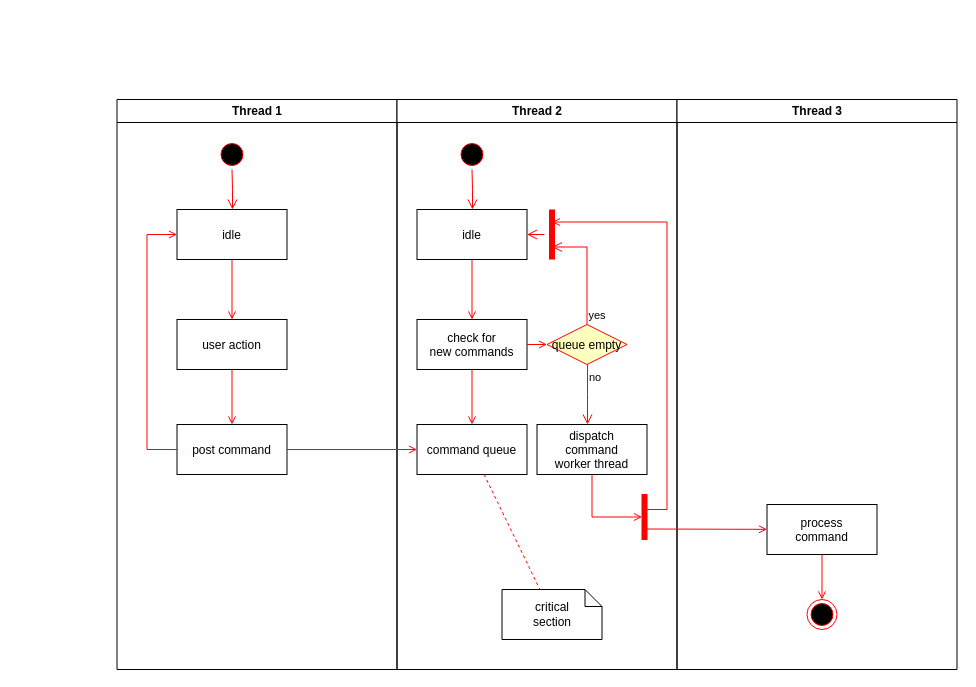
KioaStudios/plugins keeps this draw.io diagram as Untitled Diagram.drawio. Above is the earlier version. Source tidied: cells renumbered, new cells numbered last; positions are measured from the earlier drawing's top-left corner, leaving out a move shared by most shapes. Both pictures are drawn from the tidied source at 100%, with x=0, y=0 at pixel (116, 99).
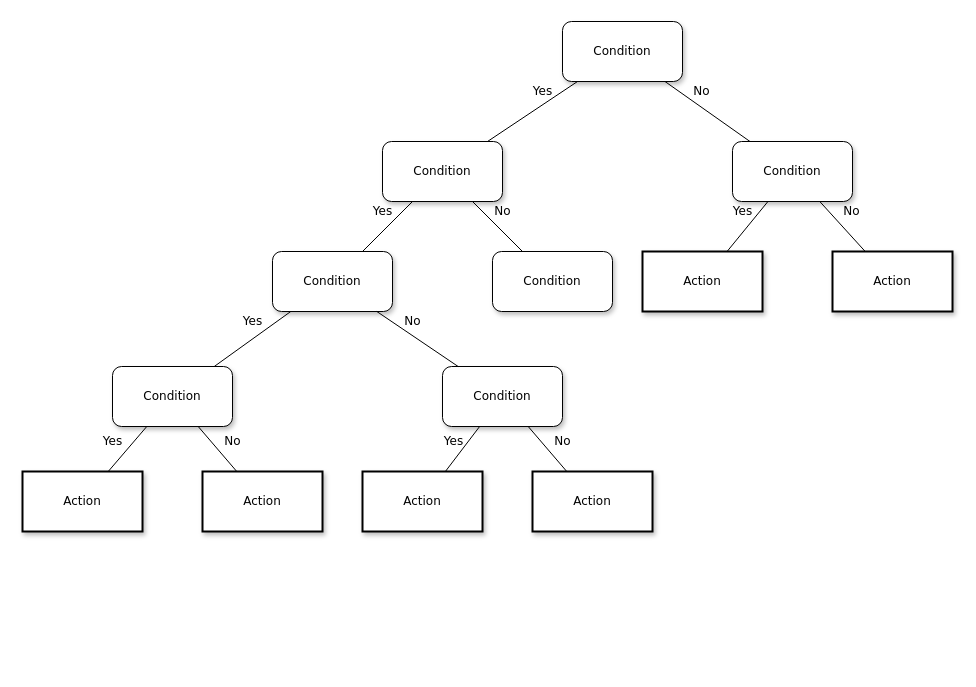
After the change.

The edit, as a diff of the source:
```diff
@@
-    <mxCell id="2" value="Thread 1" style="swimlane;whiteSpace=wrap;" parent="1" vertex="1">
-      <mxGeometry x="0.5" width="280" height="570" as="geometry" />
-    </mxCell>
-    <mxCell id="3" style="ellipse;shape=startState;fillColor=#000000;strokeColor=#ff0000;" parent="2" vertex="1">
-      <mxGeometry x="100" y="40" width="30" height="30" as="geometry" />
-    </mxCell>
-    <mxCell id="4" style="edgeStyle=elbowEdgeStyle;elbow=horizontal;verticalAlign=bottom;endArrow=open;endSize=8;strokeColor=#FF0000;endFill=1;rounded=0;" parent="2" edge="1" source="3" target="5">
-      <mxGeometry x="100" y="40" as="geometry" />
-    </mxCell>
-    <mxCell id="5" value="idle" parent="2" vertex="1">
-      <mxGeometry x="60" y="110" width="110" height="50" as="geometry" />
-    </mxCell>
-    <mxCell id="6" value="user action" parent="2" vertex="1">
-      <mxGeometry x="60" y="220" width="110" height="50" as="geometry" />
-    </mxCell>
-    <mxCell id="7" style="endArrow=open;strokeColor=#FF0000;endFill=1;rounded=0;" parent="2" edge="1" source="5" target="6">
-      <mxGeometry relative="1" as="geometry" />
-    </mxCell>
-    <mxCell id="8" value="post command" parent="2" vertex="1">
-      <mxGeometry x="60" y="325" width="110" height="50" as="geometry" />
-    </mxCell>
-    <mxCell id="9" style="endArrow=open;strokeColor=#FF0000;endFill=1;rounded=0;" parent="2" edge="1" source="6" target="8">
-      <mxGeometry relative="1" as="geometry" />
-    </mxCell>
-    <mxCell id="10" style="edgeStyle=elbowEdgeStyle;elbow=horizontal;strokeColor=#FF0000;endArrow=open;endFill=1;rounded=0;" parent="2" edge="1" source="8" target="5">
-      <mxGeometry relative="1" as="geometry">
-        <Array as="points">
-          <mxPoint x="30" y="250" />
-        </Array>
-      </mxGeometry>
-    </mxCell>
-    <mxCell id="11" value="Thread 2" style="swimlane;whiteSpace=wrap;" parent="1" vertex="1">
-      <mxGeometry x="280.5" width="280" height="570" as="geometry" />
-    </mxCell>
-    <mxCell id="12" style="ellipse;shape=startState;fillColor=#000000;strokeColor=#ff0000;" parent="11" vertex="1">
-      <mxGeometry x="60" y="40" width="30" height="30" as="geometry" />
-    </mxCell>
-    <mxCell id="13" style="edgeStyle=elbowEdgeStyle;elbow=horizontal;verticalAlign=bottom;endArrow=open;endSize=8;strokeColor=#FF0000;endFill=1;rounded=0;" parent="11" edge="1" source="12" target="14">
-      <mxGeometry x="40" y="20" as="geometry" />
-    </mxCell>
-    <mxCell id="14" value="idle" parent="11" vertex="1">
-      <mxGeometry x="20" y="110" width="110" height="50" as="geometry" />
-    </mxCell>
-    <mxCell id="15" value="check for &#10;new commands" parent="11" vertex="1">
-      <mxGeometry x="20" y="220" width="110" height="50" as="geometry" />
-    </mxCell>
-    <mxCell id="16" style="endArrow=open;strokeColor=#FF0000;endFill=1;rounded=0;" parent="11" edge="1" source="14" target="15">
-      <mxGeometry relative="1" as="geometry" />
-    </mxCell>
-    <mxCell id="17" value="command queue" parent="11" vertex="1">
-      <mxGeometry x="20" y="325" width="110" height="50" as="geometry" />
-    </mxCell>
-    <mxCell id="18" style="endArrow=open;strokeColor=#FF0000;endFill=1;rounded=0;" parent="11" edge="1" source="15" target="17">
-      <mxGeometry relative="1" as="geometry" />
-    </mxCell>
-    <mxCell id="19" value="queue empty" style="rhombus;fillColor=#ffffc0;strokeColor=#ff0000;" parent="11" vertex="1">
-      <mxGeometry x="150" y="225" width="80" height="40" as="geometry" />
-    </mxCell>
-    <mxCell id="20" value="yes" style="edgeStyle=elbowEdgeStyle;elbow=horizontal;align=left;verticalAlign=bottom;endArrow=open;endSize=8;strokeColor=#FF0000;exitX=0.5;exitY=0;endFill=1;rounded=0;entryX=0.75;entryY=0.5;entryPerimeter=0;" parent="11" edge="1" source="19" target="23">
-      <mxGeometry x="-1" relative="1" as="geometry">
-        <Array as="points">
-          <mxPoint x="190" y="180" />
-        </Array>
-      </mxGeometry>
-    </mxCell>
-    <mxCell id="21" value="no" style="edgeStyle=elbowEdgeStyle;elbow=horizontal;align=left;verticalAlign=top;endArrow=open;endSize=8;strokeColor=#FF0000;endFill=1;rounded=0;" parent="11" edge="1" source="19" target="25">
-      <mxGeometry x="-1" relative="1" as="geometry" />
-    </mxCell>
-    <mxCell id="22" style="endArrow=open;strokeColor=#FF0000;endFill=1;rounded=0;" parent="11" edge="1" source="15" target="19">
-      <mxGeometry relative="1" as="geometry" />
-    </mxCell>
-    <mxCell id="23" style="shape=line;strokeWidth=6;strokeColor=#ff0000;rotation=90;" parent="11" vertex="1">
-      <mxGeometry x="130" y="127.5" width="50" height="15" as="geometry" />
-    </mxCell>
-    <mxCell id="24" style="edgeStyle=elbowEdgeStyle;elbow=horizontal;verticalAlign=bottom;endArrow=open;endSize=8;strokeColor=#FF0000;endFill=1;rounded=0;" parent="11" edge="1" source="23" target="14">
-      <mxGeometry x="130" y="90" as="geometry" />
-    </mxCell>
-    <mxCell id="25" value="dispatch&#10;command&#10;worker thread" parent="11" vertex="1">
-      <mxGeometry x="140" y="325" width="110" height="50" as="geometry" />
-    </mxCell>
-    <mxCell id="26" value="critical&#10;section" style="shape=note;whiteSpace=wrap;size=17;" parent="11" vertex="1">
-      <mxGeometry x="105" y="490" width="100" height="50" as="geometry" />
-    </mxCell>
-    <mxCell id="27" style="endArrow=none;strokeColor=#FF0000;endFill=0;rounded=0;dashed=1;" parent="11" edge="1" source="17" target="26">
-      <mxGeometry relative="1" as="geometry" />
-    </mxCell>
-    <mxCell id="28" style="whiteSpace=wrap;strokeColor=#FF0000;fillColor=#FF0000;" parent="11" vertex="1">
-      <mxGeometry x="245" y="395" width="5" height="45" as="geometry" />
-    </mxCell>
-    <mxCell id="29" style="edgeStyle=elbowEdgeStyle;elbow=horizontal;entryX=0;entryY=0.5;strokeColor=#FF0000;endArrow=open;endFill=1;rounded=0;" parent="11" edge="1" source="25" target="28">
-      <mxGeometry relative="1" as="geometry">
-        <Array as="points">
-          <mxPoint x="195" y="400" />
-        </Array>
-      </mxGeometry>
-    </mxCell>
-    <mxCell id="30" value="Thread 3" style="swimlane;whiteSpace=wrap;" parent="1" vertex="1">
-      <mxGeometry x="560.5" width="280" height="570" as="geometry" />
-    </mxCell>
-    <mxCell id="31" value="process&#10;command" parent="30" vertex="1">
-      <mxGeometry x="90" y="405" width="110" height="50" as="geometry" />
-    </mxCell>
-    <mxCell id="32" style="edgeStyle=elbowEdgeStyle;elbow=horizontal;strokeColor=#FF0000;endArrow=open;endFill=1;rounded=0;entryX=0.25;entryY=0.5;entryPerimeter=0;" parent="30" edge="1" target="23">
-      <mxGeometry relative="1" as="geometry">
-        <mxPoint x="-30" y="410" as="sourcePoint" />
-        <Array as="points">
-          <mxPoint x="-10" y="135" />
-        </Array>
-      </mxGeometry>
-    </mxCell>
-    <mxCell id="33" style="edgeStyle=none;strokeColor=#FF0000;endArrow=open;endFill=1;rounded=0;" parent="30" edge="1" target="31">
-      <mxGeometry relative="1" as="geometry">
-        <mxPoint x="-30" y="429.5" as="sourcePoint" />
-      </mxGeometry>
-    </mxCell>
-    <mxCell id="34" style="ellipse;shape=endState;fillColor=#000000;strokeColor=#ff0000;" parent="30" vertex="1">
-      <mxGeometry x="130" y="500" width="30" height="30" as="geometry" />
-    </mxCell>
-    <mxCell id="35" style="endArrow=open;strokeColor=#FF0000;endFill=1;rounded=0;" parent="30" edge="1" source="31" target="34">
-      <mxGeometry relative="1" as="geometry" />
-    </mxCell>
-    <mxCell id="36" style="endArrow=open;strokeColor=#FF0000;endFill=1;rounded=0;" parent="1" edge="1" source="8" target="17">
-      <mxGeometry relative="1" as="geometry" />
-    </mxCell>
+    <mxCell id="37" value="Condition" style="whiteSpace=wrap;html=1;rounded=1;shadow=1;labelBackgroundColor=none;strokeWidth=1;fontFamily=Verdana;fontSize=12;align=center;" parent="1" vertex="1">
+      <mxGeometry x="446" y="-78" width="120" height="60" as="geometry" />
+    </mxCell>
+    <mxCell id="38" value="&lt;span&gt;Condition&lt;/span&gt;" style="whiteSpace=wrap;html=1;rounded=1;shadow=1;labelBackgroundColor=none;strokeWidth=1;fontFamily=Verdana;fontSize=12;align=center;" parent="1" vertex="1">
+      <mxGeometry x="266" y="42" width="120" height="60" as="geometry" />
+    </mxCell>
+    <mxCell id="39" value="&lt;span&gt;Condition&lt;/span&gt;" style="whiteSpace=wrap;html=1;rounded=1;shadow=1;labelBackgroundColor=none;strokeWidth=1;fontFamily=Verdana;fontSize=12;align=center;" parent="1" vertex="1">
+      <mxGeometry x="616" y="42" width="120" height="60" as="geometry" />
+    </mxCell>
+    <mxCell id="40" value="No" style="rounded=0;html=1;labelBackgroundColor=none;startArrow=none;startFill=0;startSize=5;endArrow=none;endFill=0;endSize=5;jettySize=auto;strokeWidth=1;fontFamily=Verdana;fontSize=12;" parent="1" edge="1" source="37" target="39">
+      <mxGeometry x="-0.3" y="13" relative="1" as="geometry" />
+    </mxCell>
+    <mxCell id="41" value="Yes" style="rounded=0;html=1;labelBackgroundColor=none;startArrow=none;startFill=0;startSize=5;endArrow=none;endFill=0;endSize=5;jettySize=auto;strokeWidth=1;fontFamily=Verdana;fontSize=12;" parent="1" edge="1" source="37" target="38">
+      <mxGeometry x="-0.36" y="-11" relative="1" as="geometry" />
+    </mxCell>
+    <mxCell id="42" value="&lt;span&gt;Condition&lt;/span&gt;" style="whiteSpace=wrap;html=1;rounded=1;shadow=1;labelBackgroundColor=none;strokeWidth=1;fontFamily=Verdana;fontSize=12;align=center;" parent="1" vertex="1">
+      <mxGeometry x="156" y="152" width="120" height="60" as="geometry" />
+    </mxCell>
+    <mxCell id="43" value="&lt;span&gt;Condition&lt;/span&gt;" style="whiteSpace=wrap;html=1;rounded=1;shadow=1;labelBackgroundColor=none;strokeWidth=1;fontFamily=Verdana;fontSize=12;align=center;" parent="1" vertex="1">
+      <mxGeometry x="376" y="152" width="120" height="60" as="geometry" />
+    </mxCell>
+    <mxCell id="44" value="&lt;span&gt;Action&lt;/span&gt;" style="whiteSpace=wrap;html=1;rounded=0;shadow=1;labelBackgroundColor=none;strokeWidth=2;fontFamily=Verdana;fontSize=12;align=center;" parent="1" vertex="1">
+      <mxGeometry x="526" y="152" width="120" height="60" as="geometry" />
+    </mxCell>
+    <mxCell id="45" value="&lt;span&gt;Action&lt;/span&gt;" style="whiteSpace=wrap;html=1;rounded=0;shadow=1;labelBackgroundColor=none;strokeWidth=2;fontFamily=Verdana;fontSize=12;align=center;" parent="1" vertex="1">
+      <mxGeometry x="716" y="152" width="120" height="60" as="geometry" />
+    </mxCell>
+    <mxCell id="46" value="&lt;span&gt;Condition&lt;/span&gt;" style="whiteSpace=wrap;html=1;rounded=1;shadow=1;labelBackgroundColor=none;strokeWidth=1;fontFamily=Verdana;fontSize=12;align=center;" parent="1" vertex="1">
+      <mxGeometry x="-4" y="267" width="120" height="60" as="geometry" />
+    </mxCell>
+    <mxCell id="47" value="&lt;span&gt;Condition&lt;/span&gt;" style="whiteSpace=wrap;html=1;rounded=1;shadow=1;labelBackgroundColor=none;strokeWidth=1;fontFamily=Verdana;fontSize=12;align=center;" parent="1" vertex="1">
+      <mxGeometry x="326" y="267" width="120" height="60" as="geometry" />
+    </mxCell>
+    <mxCell id="48" value="Yes" style="rounded=0;html=1;labelBackgroundColor=none;startArrow=none;startFill=0;startSize=5;endArrow=none;endFill=0;endSize=5;jettySize=auto;strokeWidth=1;fontFamily=Verdana;fontSize=12;" parent="1" edge="1" source="38" target="42">
+      <mxGeometry x="-0.2" y="-14" relative="1" as="geometry" />
+    </mxCell>
+    <mxCell id="49" value="No" style="rounded=0;html=1;labelBackgroundColor=none;startArrow=none;startFill=0;startSize=5;endArrow=none;endFill=0;endSize=5;jettySize=auto;strokeWidth=1;fontFamily=Verdana;fontSize=12;" parent="1" edge="1" source="38" target="43">
+      <mxGeometry x="-0.2" y="14" relative="1" as="geometry" />
+    </mxCell>
+    <mxCell id="50" value="Yes" style="rounded=0;html=1;labelBackgroundColor=none;startArrow=none;startFill=0;startSize=5;endArrow=none;endFill=0;endSize=5;jettySize=auto;strokeWidth=1;fontFamily=Verdana;fontSize=12;" parent="1" edge="1" source="39" target="44">
+      <mxGeometry x="-0.26" y="-13" relative="1" as="geometry" />
+    </mxCell>
+    <mxCell id="51" value="No" style="rounded=0;html=1;labelBackgroundColor=none;startArrow=none;startFill=0;startSize=5;endArrow=none;endFill=0;endSize=5;jettySize=auto;strokeWidth=1;fontFamily=Verdana;fontSize=12;" parent="1" edge="1" source="39" target="45">
+      <mxGeometry x="-0.13" y="17" relative="1" as="geometry" />
+    </mxCell>
+    <mxCell id="52" value="Yes" style="rounded=0;html=1;labelBackgroundColor=none;startArrow=none;startFill=0;startSize=5;endArrow=none;endFill=0;endSize=5;jettySize=auto;strokeWidth=1;fontFamily=Verdana;fontSize=12;" parent="1" edge="1" source="42" target="46">
+      <mxGeometry x="-0.22" y="-14" relative="1" as="geometry" />
+    </mxCell>
+    <mxCell id="53" value="No" style="rounded=0;html=1;labelBackgroundColor=none;startArrow=none;startFill=0;startSize=5;endArrow=none;endFill=0;endSize=5;jettySize=auto;strokeWidth=1;fontFamily=Verdana;fontSize=12;" parent="1" edge="1" source="42" target="47">
+      <mxGeometry x="-0.28" y="12" relative="1" as="geometry" />
+    </mxCell>
+    <mxCell id="54" value="Action" style="whiteSpace=wrap;html=1;rounded=0;shadow=1;labelBackgroundColor=none;strokeWidth=2;fontFamily=Verdana;fontSize=12;align=center;" parent="1" vertex="1">
+      <mxGeometry x="-94" y="372" width="120" height="60" as="geometry" />
+    </mxCell>
+    <mxCell id="55" value="&lt;span&gt;Action&lt;/span&gt;" style="whiteSpace=wrap;html=1;rounded=0;shadow=1;labelBackgroundColor=none;strokeWidth=2;fontFamily=Verdana;fontSize=12;align=center;" parent="1" vertex="1">
+      <mxGeometry x="86" y="372" width="120" height="60" as="geometry" />
+    </mxCell>
+    <mxCell id="56" value="&lt;span&gt;Action&lt;/span&gt;" style="whiteSpace=wrap;html=1;rounded=0;shadow=1;labelBackgroundColor=none;strokeWidth=2;fontFamily=Verdana;fontSize=12;align=center;" parent="1" vertex="1">
+      <mxGeometry x="246" y="372" width="120" height="60" as="geometry" />
+    </mxCell>
+    <mxCell id="57" value="&lt;span&gt;Action&lt;/span&gt;" style="whiteSpace=wrap;html=1;rounded=0;shadow=1;labelBackgroundColor=none;strokeWidth=2;fontFamily=Verdana;fontSize=12;align=center;" parent="1" vertex="1">
+      <mxGeometry x="416" y="372" width="120" height="60" as="geometry" />
+    </mxCell>
+    <mxCell id="58" value="Yes" style="rounded=0;html=1;labelBackgroundColor=none;startArrow=none;startFill=0;startSize=5;endArrow=none;endFill=0;endSize=5;jettySize=auto;strokeWidth=1;fontFamily=Verdana;fontSize=12;" parent="1" edge="1" source="46" target="54">
+      <mxGeometry x="0.14" y="-16" relative="1" as="geometry" />
+    </mxCell>
+    <mxCell id="59" value="No" style="rounded=0;html=1;labelBackgroundColor=none;startArrow=none;startFill=0;startSize=5;endArrow=none;endFill=0;endSize=5;jettySize=auto;strokeWidth=1;fontFamily=Verdana;fontSize=12;" parent="1" edge="1" source="46" target="55">
+      <mxGeometry x="0.14" y="16" relative="1" as="geometry" />
+    </mxCell>
+    <mxCell id="60" value="Yes" style="rounded=0;html=1;labelBackgroundColor=none;startArrow=none;startFill=0;startSize=5;endArrow=none;endFill=0;endSize=5;jettySize=auto;strokeWidth=1;fontFamily=Verdana;fontSize=12;" parent="1" edge="1" source="47" target="56">
+      <mxGeometry y="-12" relative="1" as="geometry" />
+    </mxCell>
+    <mxCell id="61" value="No" style="rounded=0;html=1;labelBackgroundColor=none;startArrow=none;startFill=0;startSize=5;endArrow=none;endFill=0;endSize=5;jettySize=auto;strokeWidth=1;fontFamily=Verdana;fontSize=12;" parent="1" edge="1" source="47" target="57">
+      <mxGeometry x="0.14" y="16" relative="1" as="geometry" />
+    </mxCell>
```
